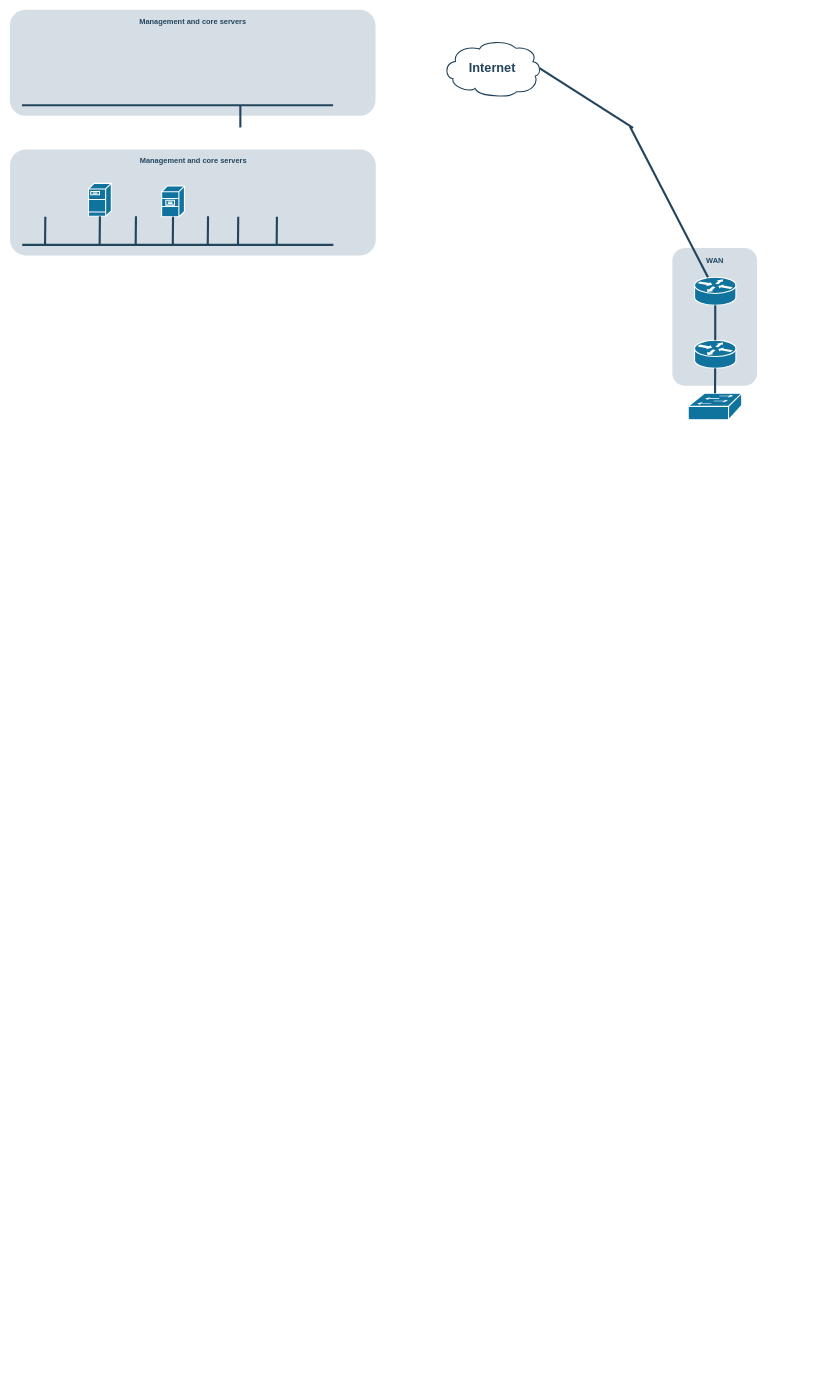
buzaturadu/stuff keeps this draw.io diagram as infrastructure_diagram.drawio. Above is the earlier version. Source tidied: cells renumbered, new cells numbered last; positions are measured from the earlier drawing's top-left corner, leaving out a move shared by most shapes. Both pictures are drawn from the tidied source at 53%, with x=0, y=0 at pixel (10, 10).
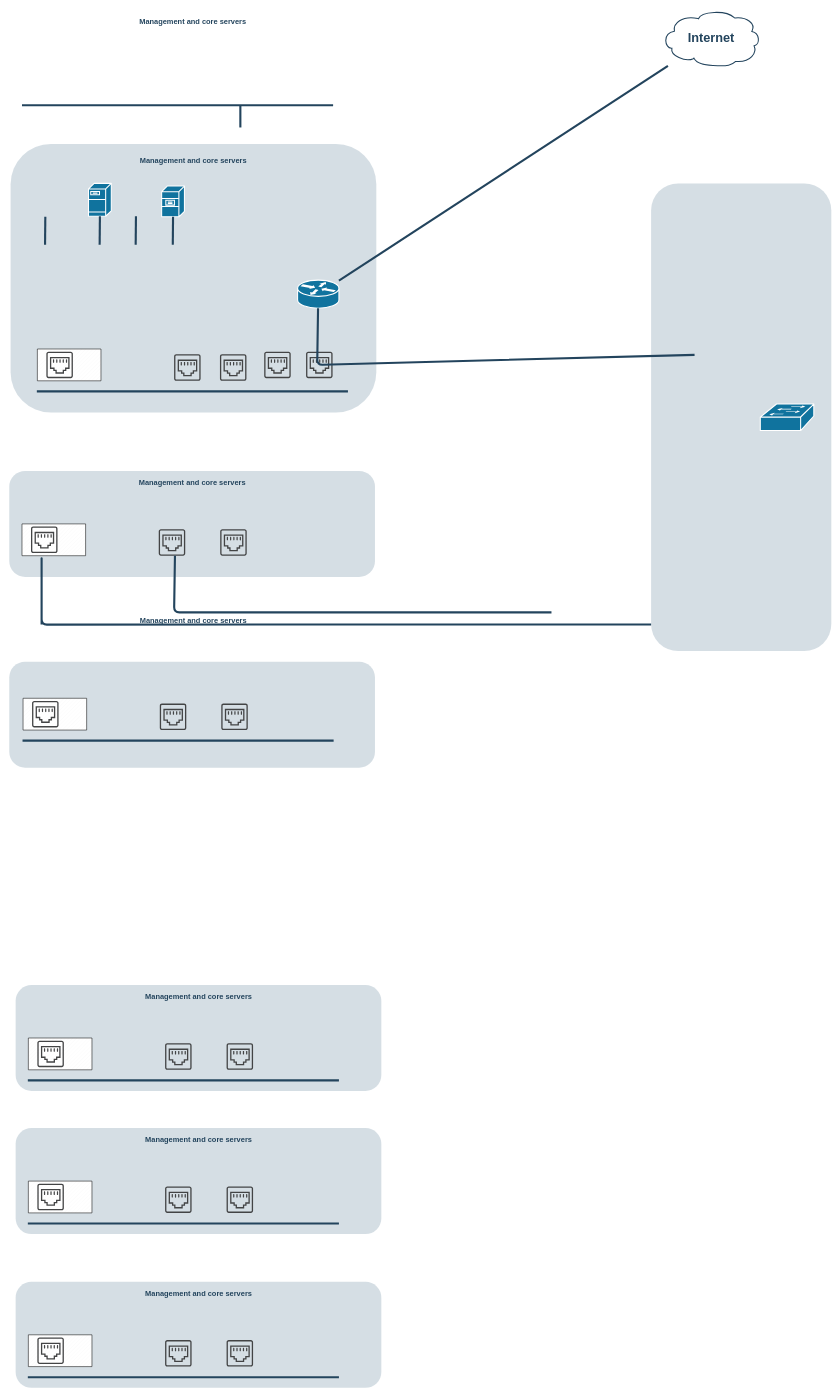
Above is the later version.

The edit, as a diff of the source:
```diff
@@
-    <mxCell id="2" style="rounded=1;whiteSpace=wrap;html=1;strokeColor=none;fillColor=#BAC8D3;fontSize=24;fontColor=#23445D;align=center;opacity=60;" parent="1" vertex="1">
-      <mxGeometry x="1250" y="449.5" width="160" height="260" as="geometry" />
-    </mxCell>
-    <mxCell id="3" value="&lt;font color=&quot;#23445d&quot;&gt;WAN&lt;/font&gt;" style="rounded=1;whiteSpace=wrap;html=1;strokeColor=none;fillColor=none;fontSize=14;fontColor=#742B21;align=center;fontStyle=1;" parent="1" vertex="1">
-      <mxGeometry x="1294" y="463.5" width="73" height="19" as="geometry" />
-    </mxCell>
     <mxCell id="4" style="rounded=1;whiteSpace=wrap;html=1;strokeColor=none;fillColor=#BAC8D3;fontSize=24;fontColor=#23445D;align=center;opacity=60;" parent="1" vertex="1">
-      <mxGeometry width="690" height="200" as="geometry" />
+      <mxGeometry x="1210" y="327.5" width="340" height="882.5" as="geometry" />
     </mxCell>
     <mxCell id="5" value="Internet" style="shape=mxgraph.cisco.storage.cloud;html=1;dashed=0;strokeColor=#23445D;fillColor=#ffffff;strokeWidth=2;fontFamily=Helvetica;fontSize=24;fontColor=#23445D;align=center;fontStyle=1;" parent="1" vertex="1">
-      <mxGeometry x="817" y="57" width="186" height="106" as="geometry" />
+      <mxGeometry x="1230" width="186" height="106" as="geometry" />
     </mxCell>
-    <mxCell id="6" style="shape=mxgraph.cisco.routers.router;html=1;dashed=0;fillColor=#10739E;strokeColor=#ffffff;strokeWidth=2;verticalLabelPosition=bottom;verticalAlign=top;fontFamily=Helvetica;fontSize=36;fontColor=#FFB366;" parent="1" vertex="1">
-      <mxGeometry x="1292" y="504.5" width="78" height="53" as="geometry" />
-    </mxCell>
-    <mxCell id="7" style="shape=mxgraph.cisco.routers.router;html=1;dashed=0;fillColor=#10739E;strokeColor=#ffffff;strokeWidth=2;verticalLabelPosition=bottom;verticalAlign=top;fontFamily=Helvetica;fontSize=36;fontColor=#FFB366;" parent="1" vertex="1">
-      <mxGeometry x="1292" y="623.5" width="78" height="53" as="geometry" />
-    </mxCell>
     <mxCell id="8" style="shape=mxgraph.cisco.switches.workgroup_switch;html=1;dashed=0;fillColor=#10739E;strokeColor=#ffffff;strokeWidth=2;verticalLabelPosition=bottom;verticalAlign=top;fontFamily=Helvetica;fontSize=36;fontColor=#FFB366;" parent="1" vertex="1">
-      <mxGeometry x="1280" y="723.5" width="101" height="50" as="geometry" />
+      <mxGeometry x="1416" y="743.8" width="101" height="50" as="geometry" />
     </mxCell>
@@
-    <mxCell id="11" style="elbow=horizontal;endArrow=none;html=1;strokeColor=#23445D;endFill=0;strokeWidth=4;rounded=1;entryX=0.98;entryY=0.5;entryDx=0;entryDy=0;entryPerimeter=0;" parent="1" edge="1" target="5">
-      <mxGeometry relative="1" as="geometry">
-        <mxPoint x="1176" y="222.9" as="sourcePoint" />
-      </mxGeometry>
-    </mxCell>
-    <mxCell id="12" style="edgeStyle=none;rounded=1;html=1;strokeColor=#23445D;endArrow=none;endFill=0;strokeWidth=4;" parent="1" edge="1" target="6">
-      <mxGeometry relative="1" as="geometry">
-        <mxPoint x="1170" y="220" as="sourcePoint" />
-      </mxGeometry>
-    </mxCell>
-    <mxCell id="13" style="rounded=1;html=1;strokeColor=#23445D;endArrow=none;endFill=0;strokeWidth=4;" parent="1" edge="1" source="6" target="7">
-      <mxGeometry relative="1" as="geometry" />
-    </mxCell>
-    <mxCell id="14" style="rounded=1;html=1;strokeColor=#23445D;endArrow=none;endFill=0;strokeWidth=4;" parent="1" edge="1" source="7" target="8">
-      <mxGeometry relative="1" as="geometry" />
-    </mxCell>
@@
-    <mxCell id="16" style="edgeStyle=orthogonalEdgeStyle;curved=1;rounded=0;jumpStyle=none;html=1;exitX=0.75;exitY=0;entryX=0.75;entryY=0;shadow=0;labelBackgroundColor=#ffffff;startArrow=none;startFill=0;endArrow=none;endFill=0;endSize=10;jettySize=auto;orthogonalLoop=1;strokeColor=#23445D;strokeWidth=2;fillColor=#F08705;fontFamily=Helvetica;fontSize=25;fontColor=#23445D;align=left;" parent="1" edge="1" source="3" target="3">
-      <mxGeometry relative="1" as="geometry" />
-    </mxCell>
     <mxCell id="17" style="rounded=1;whiteSpace=wrap;html=1;strokeColor=none;fillColor=#BAC8D3;fontSize=24;fontColor=#23445D;align=center;opacity=60;" parent="1" vertex="1">
-      <mxGeometry x="0.5" y="263.5" width="690" height="200" as="geometry" />
+      <mxGeometry x="1.5" y="253" width="690" height="507" as="geometry" />
     </mxCell>
@@
-    <mxCell id="20" style="line;html=1;strokeColor=#23445D;" parent="1" vertex="1">
-      <mxGeometry x="23.5" y="438.5" width="587" height="10" as="geometry" />
-    </mxCell>
-    <mxCell id="21" style="edgeStyle=elbowEdgeStyle;elbow=horizontal;endArrow=none;html=1;strokeColor=#23445D;endFill=0;strokeWidth=4;rounded=1;" parent="1" edge="1">
-      <mxGeometry relative="1" as="geometry">
-        <mxPoint x="503.5" y="443.5" as="sourcePoint" />
-        <mxPoint x="503.8" y="390.5" as="targetPoint" />
-      </mxGeometry>
-    </mxCell>
-    <mxCell id="22" style="edgeStyle=elbowEdgeStyle;elbow=horizontal;endArrow=none;html=1;strokeColor=#23445D;endFill=0;strokeWidth=4;rounded=1;" parent="1" edge="1">
-      <mxGeometry relative="1" as="geometry">
-        <mxPoint x="430.5" y="443.5" as="sourcePoint" />
-        <mxPoint x="430.5" y="390.5" as="targetPoint" />
-      </mxGeometry>
-    </mxCell>
-    <mxCell id="23" style="edgeStyle=elbowEdgeStyle;elbow=horizontal;endArrow=none;html=1;strokeColor=#23445D;endFill=0;strokeWidth=4;rounded=1;" parent="1" edge="1">
-      <mxGeometry relative="1" as="geometry">
-        <mxPoint x="373.5" y="442.5" as="sourcePoint" />
-        <mxPoint x="373.8" y="389.5" as="targetPoint" />
-      </mxGeometry>
-    </mxCell>
@@
+    <mxCell id="29" style="rounded=1;whiteSpace=wrap;html=1;strokeColor=none;fillColor=#BAC8D3;fontSize=24;fontColor=#23445D;align=center;opacity=60;" parent="1" vertex="1">
+      <mxGeometry x="-1" y="870" width="690" height="200" as="geometry" />
+    </mxCell>
+    <mxCell id="30" value="&lt;font color=&quot;#23445d&quot;&gt;Management and core servers&lt;/font&gt;" style="rounded=1;whiteSpace=wrap;html=1;strokeColor=none;fillColor=none;fontSize=14;fontColor=#742B21;align=center;fontStyle=1;" parent="1" vertex="1">
+      <mxGeometry x="232" y="882" width="225" height="19" as="geometry" />
+    </mxCell>
+    <mxCell id="31" style="verticalLabelPosition=bottom;verticalAlign=top;html=1;shape=mxgraph.basic.patternFillRect;fillStyle=diag;step=5;fillStrokeWidth=0.2;fillStrokeColor=#dddddd;" parent="1" vertex="1">
+      <mxGeometry x="23" y="970" width="120" height="60" as="geometry" />
+    </mxCell>
+    <mxCell id="32" style="shadow=0;dashed=0;html=1;strokeColor=none;fillColor=#434445;labelPosition=center;verticalLabelPosition=bottom;verticalAlign=top;align=center;shape=mxgraph.vvd.ethernet_port;" parent="1" vertex="1">
+      <mxGeometry x="281" y="980" width="50" height="50" as="geometry" />
+    </mxCell>
+    <mxCell id="33" style="shadow=0;dashed=0;html=1;strokeColor=none;fillColor=#434445;labelPosition=center;verticalLabelPosition=bottom;verticalAlign=top;align=center;shape=mxgraph.vvd.ethernet_port;" parent="1" vertex="1">
+      <mxGeometry x="397" y="980" width="50" height="50" as="geometry" />
+    </mxCell>
+    <mxCell id="34" style="shadow=0;dashed=0;html=1;strokeColor=none;fillColor=#434445;labelPosition=center;verticalLabelPosition=bottom;verticalAlign=top;align=center;shape=mxgraph.vvd.ethernet_port;" parent="1" vertex="1">
+      <mxGeometry x="40" y="975" width="50" height="50" as="geometry" />
+    </mxCell>
+    <mxCell id="35" style="rounded=1;whiteSpace=wrap;html=1;strokeColor=none;fillColor=#BAC8D3;fontSize=24;fontColor=#23445D;align=center;opacity=60;" parent="1" vertex="1">
+      <mxGeometry x="-1" y="1230" width="690" height="200" as="geometry" />
+    </mxCell>
+    <mxCell id="36" style="line;html=1;strokeColor=#23445D;" parent="1" vertex="1">
+      <mxGeometry x="24" y="1374" width="587" height="10" as="geometry" />
+    </mxCell>
+    <mxCell id="37" value="&lt;font color=&quot;#23445d&quot;&gt;Management and core servers&lt;/font&gt;" style="rounded=1;whiteSpace=wrap;html=1;strokeColor=none;fillColor=none;fontSize=14;fontColor=#742B21;align=center;fontStyle=1;" parent="1" vertex="1">
+      <mxGeometry x="234" y="1142" width="225" height="19" as="geometry" />
+    </mxCell>
+    <mxCell id="38" style="verticalLabelPosition=bottom;verticalAlign=top;html=1;shape=mxgraph.basic.patternFillRect;fillStyle=diag;step=5;fillStrokeWidth=0.2;fillStrokeColor=#dddddd;" parent="1" vertex="1">
+      <mxGeometry x="25" y="1299" width="120" height="60" as="geometry" />
+    </mxCell>
+    <mxCell id="39" style="shadow=0;dashed=0;html=1;strokeColor=none;fillColor=#434445;labelPosition=center;verticalLabelPosition=bottom;verticalAlign=top;align=center;shape=mxgraph.vvd.ethernet_port;" parent="1" vertex="1">
+      <mxGeometry x="283" y="1309" width="50" height="50" as="geometry" />
+    </mxCell>
+    <mxCell id="40" style="shadow=0;dashed=0;html=1;strokeColor=none;fillColor=#434445;labelPosition=center;verticalLabelPosition=bottom;verticalAlign=top;align=center;shape=mxgraph.vvd.ethernet_port;" parent="1" vertex="1">
+      <mxGeometry x="399" y="1309" width="50" height="50" as="geometry" />
+    </mxCell>
+    <mxCell id="41" style="shadow=0;dashed=0;html=1;strokeColor=none;fillColor=#434445;labelPosition=center;verticalLabelPosition=bottom;verticalAlign=top;align=center;shape=mxgraph.vvd.ethernet_port;" parent="1" vertex="1">
+      <mxGeometry x="42" y="1304" width="50" height="50" as="geometry" />
+    </mxCell>
+    <mxCell id="42" style="rounded=1;whiteSpace=wrap;html=1;strokeColor=none;fillColor=#BAC8D3;fontSize=24;fontColor=#23445D;align=center;opacity=60;" parent="1" vertex="1">
+      <mxGeometry x="11" y="1840" width="690" height="200" as="geometry" />
+    </mxCell>
+    <mxCell id="43" style="line;html=1;strokeColor=#23445D;" parent="1" vertex="1">
+      <mxGeometry x="34" y="2015" width="587" height="10" as="geometry" />
+    </mxCell>
+    <mxCell id="44" value="&lt;font color=&quot;#23445d&quot;&gt;Management and core servers&lt;/font&gt;" style="rounded=1;whiteSpace=wrap;html=1;strokeColor=none;fillColor=none;fontSize=14;fontColor=#742B21;align=center;fontStyle=1;" parent="1" vertex="1">
+      <mxGeometry x="244" y="1852" width="225" height="19" as="geometry" />
+    </mxCell>
+    <mxCell id="45" style="verticalLabelPosition=bottom;verticalAlign=top;html=1;shape=mxgraph.basic.patternFillRect;fillStyle=diag;step=5;fillStrokeWidth=0.2;fillStrokeColor=#dddddd;" parent="1" vertex="1">
+      <mxGeometry x="35" y="1940" width="120" height="60" as="geometry" />
+    </mxCell>
+    <mxCell id="46" style="shadow=0;dashed=0;html=1;strokeColor=none;fillColor=#434445;labelPosition=center;verticalLabelPosition=bottom;verticalAlign=top;align=center;shape=mxgraph.vvd.ethernet_port;" parent="1" vertex="1">
+      <mxGeometry x="293" y="1950" width="50" height="50" as="geometry" />
+    </mxCell>
+    <mxCell id="47" style="shadow=0;dashed=0;html=1;strokeColor=none;fillColor=#434445;labelPosition=center;verticalLabelPosition=bottom;verticalAlign=top;align=center;shape=mxgraph.vvd.ethernet_port;" parent="1" vertex="1">
+      <mxGeometry x="409" y="1950" width="50" height="50" as="geometry" />
+    </mxCell>
+    <mxCell id="48" style="shadow=0;dashed=0;html=1;strokeColor=none;fillColor=#434445;labelPosition=center;verticalLabelPosition=bottom;verticalAlign=top;align=center;shape=mxgraph.vvd.ethernet_port;" parent="1" vertex="1">
+      <mxGeometry x="52" y="1945" width="50" height="50" as="geometry" />
+    </mxCell>
+    <mxCell id="49" style="rounded=1;whiteSpace=wrap;html=1;strokeColor=none;fillColor=#BAC8D3;fontSize=24;fontColor=#23445D;align=center;opacity=60;" parent="1" vertex="1">
+      <mxGeometry x="11" y="2110" width="690" height="200" as="geometry" />
+    </mxCell>
+    <mxCell id="50" style="line;html=1;strokeColor=#23445D;" parent="1" vertex="1">
+      <mxGeometry x="34" y="2285" width="587" height="10" as="geometry" />
+    </mxCell>
+    <mxCell id="51" value="&lt;font color=&quot;#23445d&quot;&gt;Management and core servers&lt;/font&gt;" style="rounded=1;whiteSpace=wrap;html=1;strokeColor=none;fillColor=none;fontSize=14;fontColor=#742B21;align=center;fontStyle=1;" parent="1" vertex="1">
+      <mxGeometry x="244" y="2122" width="225" height="19" as="geometry" />
+    </mxCell>
+    <mxCell id="52" style="verticalLabelPosition=bottom;verticalAlign=top;html=1;shape=mxgraph.basic.patternFillRect;fillStyle=diag;step=5;fillStrokeWidth=0.2;fillStrokeColor=#dddddd;" parent="1" vertex="1">
+      <mxGeometry x="35" y="2210" width="120" height="60" as="geometry" />
+    </mxCell>
+    <mxCell id="53" style="shadow=0;dashed=0;html=1;strokeColor=none;fillColor=#434445;labelPosition=center;verticalLabelPosition=bottom;verticalAlign=top;align=center;shape=mxgraph.vvd.ethernet_port;" parent="1" vertex="1">
+      <mxGeometry x="293" y="2220" width="50" height="50" as="geometry" />
+    </mxCell>
+    <mxCell id="54" style="shadow=0;dashed=0;html=1;strokeColor=none;fillColor=#434445;labelPosition=center;verticalLabelPosition=bottom;verticalAlign=top;align=center;shape=mxgraph.vvd.ethernet_port;" parent="1" vertex="1">
+      <mxGeometry x="409" y="2220" width="50" height="50" as="geometry" />
+    </mxCell>
+    <mxCell id="55" style="shadow=0;dashed=0;html=1;strokeColor=none;fillColor=#434445;labelPosition=center;verticalLabelPosition=bottom;verticalAlign=top;align=center;shape=mxgraph.vvd.ethernet_port;" parent="1" vertex="1">
+      <mxGeometry x="52" y="2215" width="50" height="50" as="geometry" />
+    </mxCell>
+    <mxCell id="56" style="rounded=1;whiteSpace=wrap;html=1;strokeColor=none;fillColor=#BAC8D3;fontSize=24;fontColor=#23445D;align=center;opacity=60;" parent="1" vertex="1">
+      <mxGeometry x="11" y="2400" width="690" height="200" as="geometry" />
+    </mxCell>
+    <mxCell id="57" style="line;html=1;strokeColor=#23445D;" parent="1" vertex="1">
+      <mxGeometry x="34" y="2575" width="587" height="10" as="geometry" />
+    </mxCell>
+    <mxCell id="58" value="&lt;font color=&quot;#23445d&quot;&gt;Management and core servers&lt;/font&gt;" style="rounded=1;whiteSpace=wrap;html=1;strokeColor=none;fillColor=none;fontSize=14;fontColor=#742B21;align=center;fontStyle=1;" parent="1" vertex="1">
+      <mxGeometry x="244" y="2412" width="225" height="19" as="geometry" />
+    </mxCell>
+    <mxCell id="59" style="verticalLabelPosition=bottom;verticalAlign=top;html=1;shape=mxgraph.basic.patternFillRect;fillStyle=diag;step=5;fillStrokeWidth=0.2;fillStrokeColor=#dddddd;" parent="1" vertex="1">
+      <mxGeometry x="35" y="2500" width="120" height="60" as="geometry" />
+    </mxCell>
+    <mxCell id="60" style="shadow=0;dashed=0;html=1;strokeColor=none;fillColor=#434445;labelPosition=center;verticalLabelPosition=bottom;verticalAlign=top;align=center;shape=mxgraph.vvd.ethernet_port;" parent="1" vertex="1">
+      <mxGeometry x="293" y="2510" width="50" height="50" as="geometry" />
+    </mxCell>
+    <mxCell id="61" style="shadow=0;dashed=0;html=1;strokeColor=none;fillColor=#434445;labelPosition=center;verticalLabelPosition=bottom;verticalAlign=top;align=center;shape=mxgraph.vvd.ethernet_port;" parent="1" vertex="1">
+      <mxGeometry x="409" y="2510" width="50" height="50" as="geometry" />
+    </mxCell>
+    <mxCell id="62" style="shadow=0;dashed=0;html=1;strokeColor=none;fillColor=#434445;labelPosition=center;verticalLabelPosition=bottom;verticalAlign=top;align=center;shape=mxgraph.vvd.ethernet_port;" parent="1" vertex="1">
+      <mxGeometry x="52" y="2505" width="50" height="50" as="geometry" />
+    </mxCell>
+    <mxCell id="63" style="line;html=1;strokeColor=#23445D;" parent="1" vertex="1">
+      <mxGeometry x="51" y="715" width="587" height="10" as="geometry" />
+    </mxCell>
+    <mxCell id="64" style="verticalLabelPosition=bottom;verticalAlign=top;html=1;shape=mxgraph.basic.patternFillRect;fillStyle=diag;step=5;fillStrokeWidth=0.2;fillStrokeColor=#dddddd;" parent="1" vertex="1">
+      <mxGeometry x="52" y="640" width="120" height="60" as="geometry" />
+    </mxCell>
+    <mxCell id="65" style="shadow=0;dashed=0;html=1;strokeColor=none;fillColor=#434445;labelPosition=center;verticalLabelPosition=bottom;verticalAlign=top;align=center;shape=mxgraph.vvd.ethernet_port;" parent="1" vertex="1">
+      <mxGeometry x="310" y="650" width="50" height="50" as="geometry" />
+    </mxCell>
+    <mxCell id="66" style="shadow=0;dashed=0;html=1;strokeColor=none;fillColor=#434445;labelPosition=center;verticalLabelPosition=bottom;verticalAlign=top;align=center;shape=mxgraph.vvd.ethernet_port;" parent="1" vertex="1">
+      <mxGeometry x="559" y="645" width="50" height="50" as="geometry" />
+    </mxCell>
+    <mxCell id="67" style="shadow=0;dashed=0;html=1;strokeColor=none;fillColor=#434445;labelPosition=center;verticalLabelPosition=bottom;verticalAlign=top;align=center;shape=mxgraph.vvd.ethernet_port;" parent="1" vertex="1">
+      <mxGeometry x="69" y="645" width="50" height="50" as="geometry" />
+    </mxCell>
+    <mxCell id="6" style="shape=mxgraph.cisco.routers.router;html=1;dashed=0;fillColor=#10739E;strokeColor=#ffffff;strokeWidth=2;verticalLabelPosition=bottom;verticalAlign=top;fontFamily=Helvetica;fontSize=36;fontColor=#FFB366;" parent="1" vertex="1">
+      <mxGeometry x="543" y="510" width="78" height="53" as="geometry" />
+    </mxCell>
+    <mxCell id="68" style="shadow=0;dashed=0;html=1;strokeColor=none;fillColor=#434445;labelPosition=center;verticalLabelPosition=bottom;verticalAlign=top;align=center;shape=mxgraph.vvd.ethernet_port;" parent="1" vertex="1">
+      <mxGeometry x="480" y="645" width="50" height="50" as="geometry" />
+    </mxCell>
+    <mxCell id="69" style="shadow=0;dashed=0;html=1;strokeColor=none;fillColor=#434445;labelPosition=center;verticalLabelPosition=bottom;verticalAlign=top;align=center;shape=mxgraph.vvd.ethernet_port;" parent="1" vertex="1">
+      <mxGeometry x="396.5" y="650" width="50" height="50" as="geometry" />
+    </mxCell>
+    <mxCell id="12" style="edgeStyle=none;rounded=1;html=1;strokeColor=#23445D;endArrow=none;endFill=0;strokeWidth=4;" parent="1" edge="1" source="5" target="6">
+      <mxGeometry relative="1" as="geometry" />
+    </mxCell>
+    <mxCell id="70" style="edgeStyle=none;rounded=1;html=1;strokeColor=#23445D;endArrow=none;endFill=0;strokeWidth=4;exitX=0;exitY=0.943;exitDx=0;exitDy=0;exitPerimeter=0;" parent="1" edge="1" source="4">
+      <mxGeometry relative="1" as="geometry">
+        <mxPoint x="60" y="1160" as="targetPoint" />
+        <Array as="points">
+          <mxPoint x="60" y="1160" />
+          <mxPoint x="60" y="1030" />
+        </Array>
+      </mxGeometry>
+    </mxCell>
+    <mxCell id="13" style="rounded=1;html=1;strokeColor=#23445D;endArrow=none;endFill=0;strokeWidth=4;" parent="1" edge="1" source="6">
+      <mxGeometry relative="1" as="geometry">
+        <mxPoint x="1292" y="651" as="targetPoint" />
+        <Array as="points">
+          <mxPoint x="580" y="670" />
+        </Array>
+      </mxGeometry>
+    </mxCell>
+    <mxCell id="71" style="rounded=1;html=1;strokeColor=#23445D;endArrow=none;endFill=0;strokeWidth=4;" parent="1" edge="1">
+      <mxGeometry relative="1" as="geometry">
+        <mxPoint x="311.6" y="1030" as="sourcePoint" />
+        <mxPoint x="1022" y="1137" as="targetPoint" />
+        <Array as="points">
+          <mxPoint x="310" y="1137" />
+        </Array>
+      </mxGeometry>
+    </mxCell>
```
